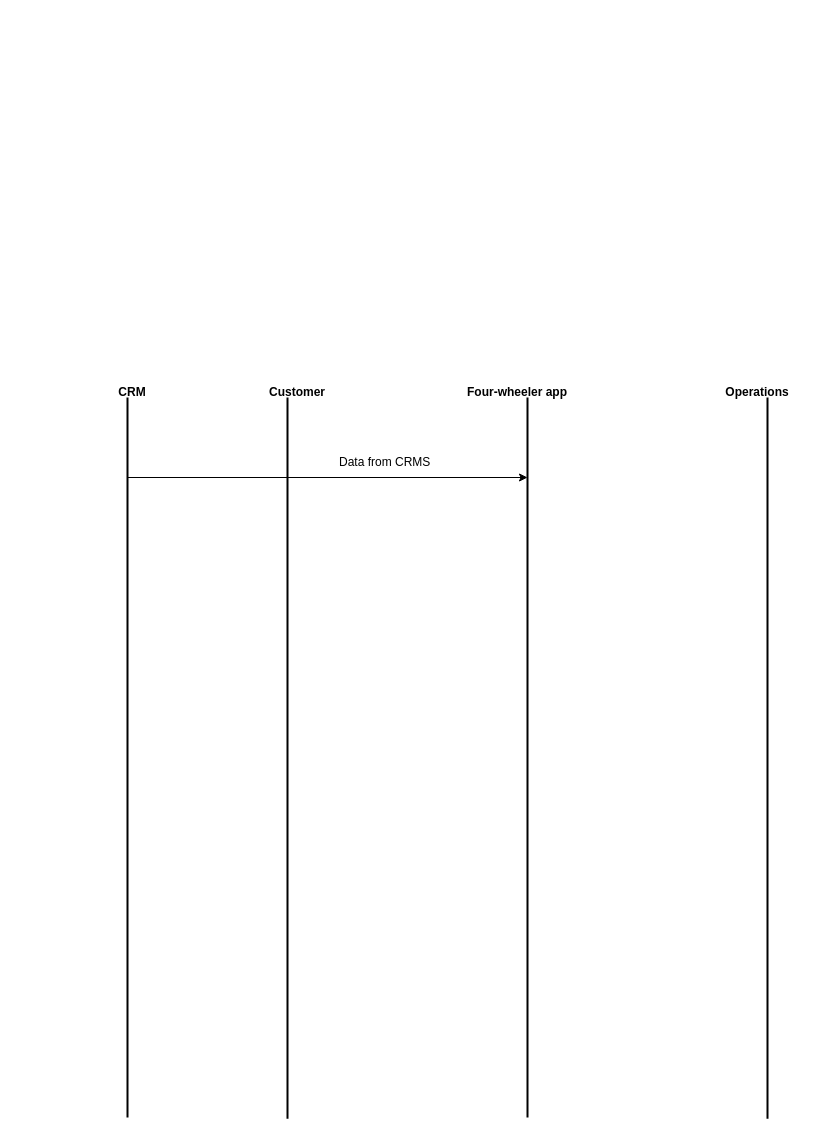
Above: authentication/__pycache__/Four-wheeler.drawio in LukeNgirubiu/vendor-app (draw.io), before the change. Source tidied: cells renumbered, new cells numbered last; positions are measured from the earlier drawing's top-left corner, leaving out a move shared by most shapes. Both pictures are drawn from the tidied source at 100%, with x=0, y=0 at pixel (97, 377).
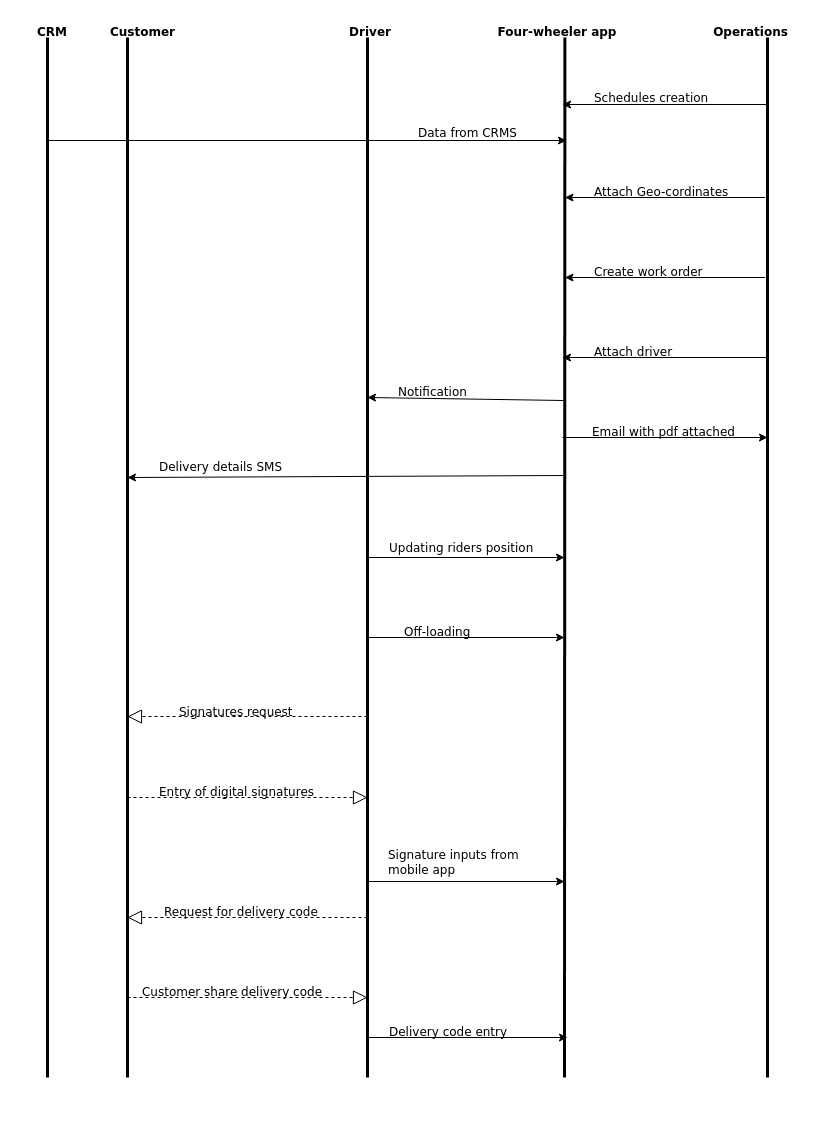
The same page after the edit.

The edit, as a diff of the source:
```diff
@@
-    <mxCell id="2" style="endArrow=none;html=1;rounded=0;strokeWidth=2;" parent="1" edge="1">
+    <mxCell id="2" style="endArrow=none;html=1;rounded=0;strokeWidth=3;" parent="1" edge="1">
       <mxGeometry relative="1" as="geometry">
-        <mxPoint x="30" y="740" as="sourcePoint" />
-        <mxPoint x="30" y="20" as="targetPoint" />
+        <mxPoint x="-50" y="700" as="sourcePoint" />
+        <mxPoint x="-50" y="-340" as="targetPoint" />
       </mxGeometry>
     </mxCell>
-    <mxCell id="3" value="&lt;b&gt;CRM&lt;/b&gt;" style="text;html=1;align=center;verticalAlign=middle;whiteSpace=wrap;rounded=0;" parent="1" vertex="1">
-      <mxGeometry width="70" height="30" as="geometry" />
+    <mxCell id="3" value="&lt;b&gt;&lt;font face=&quot;Verdana&quot;&gt;CRM&lt;/font&gt;&lt;/b&gt;" style="text;html=1;align=center;verticalAlign=middle;whiteSpace=wrap;rounded=0;" parent="1" vertex="1">
+      <mxGeometry x="-80" y="-360" width="70" height="30" as="geometry" />
     </mxCell>
-    <mxCell id="4" style="endArrow=none;html=1;rounded=0;strokeWidth=2;" parent="1" edge="1">
+    <mxCell id="4" style="endArrow=none;html=1;rounded=0;strokeWidth=3;" parent="1" edge="1">
       <mxGeometry relative="1" as="geometry">
-        <mxPoint x="190" y="741.3" as="sourcePoint" />
-        <mxPoint x="190" y="20" as="targetPoint" />
+        <mxPoint x="270" y="700" as="sourcePoint" />
+        <mxPoint x="270" y="-340" as="targetPoint" />
       </mxGeometry>
     </mxCell>
-    <mxCell id="5" value="&lt;b&gt;Customer&lt;/b&gt;" style="text;html=1;align=center;verticalAlign=middle;whiteSpace=wrap;rounded=0;" parent="1" vertex="1">
-      <mxGeometry x="160" width="80" height="30" as="geometry" />
-    </mxCell>
-    <mxCell id="6" style="endArrow=none;html=1;rounded=0;strokeWidth=2;" parent="1" edge="1">
+    <mxCell id="6" style="endArrow=none;html=1;rounded=0;strokeWidth=3;entryX=0.546;entryY=1.122;entryDx=0;entryDy=0;entryPerimeter=0;" parent="1" edge="1">
       <mxGeometry relative="1" as="geometry">
-        <mxPoint x="430" y="740" as="sourcePoint" />
-        <mxPoint x="430" y="20" as="targetPoint" />
+        <mxPoint x="467" y="700" as="sourcePoint" />
+        <mxPoint x="467.4" y="-340" as="targetPoint" />
       </mxGeometry>
     </mxCell>
-    <mxCell id="7" value="&lt;b&gt;Four-wheeler app&lt;/b&gt;" style="text;html=1;align=center;verticalAlign=middle;whiteSpace=wrap;rounded=0;" parent="1" vertex="1">
-      <mxGeometry x="360" width="120" height="30" as="geometry" />
+    <mxCell id="7" value="&lt;b&gt;&lt;font face=&quot;Verdana&quot;&gt;Four-wheeler app&lt;/font&gt;&lt;/b&gt;" style="text;html=1;align=center;verticalAlign=middle;whiteSpace=wrap;rounded=0;" parent="1" vertex="1">
+      <mxGeometry x="380" y="-360" width="160" height="30" as="geometry" />
     </mxCell>
-    <mxCell id="8" style="endArrow=none;html=1;rounded=0;strokeWidth=2;" parent="1" edge="1">
+    <mxCell id="8" style="endArrow=none;html=1;rounded=0;strokeWidth=3;" parent="1" edge="1">
       <mxGeometry relative="1" as="geometry">
-        <mxPoint x="670" y="741.3" as="sourcePoint" />
-        <mxPoint x="670" y="20" as="targetPoint" />
+        <mxPoint x="670" y="700" as="sourcePoint" />
+        <mxPoint x="670" y="-340" as="targetPoint" />
       </mxGeometry>
     </mxCell>
-    <mxCell id="9" value="&lt;b&gt;Operations&lt;/b&gt;" style="text;html=1;align=center;verticalAlign=middle;whiteSpace=wrap;rounded=0;" parent="1" vertex="1">
-      <mxGeometry x="620" width="80" height="30" as="geometry" />
+    <mxCell id="9" value="&lt;b&gt;&lt;font face=&quot;Verdana&quot;&gt;Operations&lt;/font&gt;&lt;/b&gt;" style="text;html=1;align=center;verticalAlign=middle;whiteSpace=wrap;rounded=0;" parent="1" vertex="1">
+      <mxGeometry x="602" y="-360" width="103" height="30" as="geometry" />
     </mxCell>
     <mxCell id="10" style="endArrow=classic;html=1;rounded=0;" parent="1" edge="1">
       <mxGeometry relative="1" as="geometry">
-        <mxPoint x="30" y="100" as="sourcePoint" />
-        <mxPoint x="430" y="100" as="targetPoint" />
+        <mxPoint x="-51" y="-237" as="sourcePoint" />
+        <mxPoint x="469" y="-237" as="targetPoint" />
       </mxGeometry>
     </mxCell>
-    <mxCell id="11" value="Data from CRMS" style="text;html=1;align=left;verticalAlign=middle;whiteSpace=wrap;rounded=0;" parent="1" vertex="1">
-      <mxGeometry x="240" y="70" width="120" height="30" as="geometry" />
+    <mxCell id="11" value="&lt;font face=&quot;Verdana&quot;&gt;Data from CRMS&lt;/font&gt;" style="text;html=1;align=left;verticalAlign=middle;whiteSpace=wrap;rounded=0;" parent="1" vertex="1">
+      <mxGeometry x="319" y="-259" width="120" height="30" as="geometry" />
     </mxCell>
+    <mxCell id="12" style="endArrow=classic;html=1;rounded=0;" parent="1" edge="1">
+      <mxGeometry relative="1" as="geometry">
+        <mxPoint x="670" y="-273" as="sourcePoint" />
+        <mxPoint x="465" y="-273" as="targetPoint" />
+      </mxGeometry>
+    </mxCell>
+    <mxCell id="13" style="endArrow=classic;html=1;rounded=0;" parent="1" edge="1">
+      <mxGeometry relative="1" as="geometry">
+        <mxPoint x="667.5" y="-180" as="sourcePoint" />
+        <mxPoint x="467.5" y="-180" as="targetPoint" />
+      </mxGeometry>
+    </mxCell>
+    <mxCell id="14" style="endArrow=classic;html=1;rounded=0;" parent="1" edge="1">
+      <mxGeometry relative="1" as="geometry">
+        <mxPoint x="667.5" y="-100" as="sourcePoint" />
+        <mxPoint x="467.5" y="-100" as="targetPoint" />
+        <Array as="points">
+          <mxPoint x="570" y="-100" />
+        </Array>
+      </mxGeometry>
+    </mxCell>
+    <mxCell id="15" style="endArrow=classic;html=1;rounded=0;" parent="1" edge="1">
+      <mxGeometry relative="1" as="geometry">
+        <mxPoint x="670" y="-20" as="sourcePoint" />
+        <mxPoint x="465" y="-20" as="targetPoint" />
+      </mxGeometry>
+    </mxCell>
+    <mxCell id="16" value="&lt;font face=&quot;Verdana&quot;&gt;Schedules creation&lt;/font&gt;" style="text;html=1;align=left;verticalAlign=middle;whiteSpace=wrap;rounded=0;" parent="1" vertex="1">
+      <mxGeometry x="495" y="-294" width="145" height="30" as="geometry" />
+    </mxCell>
+    <mxCell id="17" value="&lt;font face=&quot;Verdana&quot;&gt;Attach Geo-cordinates&lt;/font&gt;" style="text;html=1;align=left;verticalAlign=middle;whiteSpace=wrap;rounded=0;" parent="1" vertex="1">
+      <mxGeometry x="495" y="-200" width="140" height="30" as="geometry" />
+    </mxCell>
+    <mxCell id="18" value="&lt;font face=&quot;Verdana&quot;&gt;Create work order&lt;/font&gt;" style="text;html=1;align=left;verticalAlign=middle;whiteSpace=wrap;rounded=0;" parent="1" vertex="1">
+      <mxGeometry x="495" y="-120" width="115" height="30" as="geometry" />
+    </mxCell>
+    <mxCell id="19" value="&lt;font face=&quot;Verdana&quot;&gt;Attach driver&lt;/font&gt;" style="text;html=1;align=left;verticalAlign=middle;whiteSpace=wrap;rounded=0;" parent="1" vertex="1">
+      <mxGeometry x="495" y="-40" width="95" height="30" as="geometry" />
+    </mxCell>
+    <mxCell id="20" style="endArrow=classic;html=1;rounded=0;" parent="1" edge="1">
+      <mxGeometry relative="1" as="geometry">
+        <mxPoint x="466" y="23" as="sourcePoint" />
+        <mxPoint x="270" y="20" as="targetPoint" />
+      </mxGeometry>
+    </mxCell>
+    <mxCell id="21" value="&lt;font face=&quot;Verdana&quot;&gt;Email with pdf attached&lt;/font&gt;" style="text;html=1;align=left;verticalAlign=middle;whiteSpace=wrap;rounded=0;" parent="1" vertex="1">
+      <mxGeometry x="492.5" y="40" width="160" height="30" as="geometry" />
+    </mxCell>
+    <mxCell id="22" value="Delivery details SMS" style="text;html=1;align=left;verticalAlign=middle;whiteSpace=wrap;rounded=0;fontFamily=Verdana;" parent="1" vertex="1">
+      <mxGeometry x="60" y="70" width="170" height="40" as="geometry" />
+    </mxCell>
+    <mxCell id="23" style="endArrow=classic;html=1;rounded=0;" parent="1" edge="1">
+      <mxGeometry relative="1" as="geometry">
+        <mxPoint x="270" y="180" as="sourcePoint" />
+        <mxPoint x="467" y="180" as="targetPoint" />
+      </mxGeometry>
+    </mxCell>
+    <mxCell id="24" value="&lt;font face=&quot;Verdana&quot;&gt;Updating riders position&lt;/font&gt;" style="text;html=1;align=left;verticalAlign=middle;whiteSpace=wrap;rounded=0;" parent="1" vertex="1">
+      <mxGeometry x="290" y="156" width="160" height="30" as="geometry" />
+    </mxCell>
+    <mxCell id="25" value="Off-loading" style="text;html=1;align=left;verticalAlign=middle;whiteSpace=wrap;rounded=0;fontFamily=Verdana;" parent="1" vertex="1">
+      <mxGeometry x="305" y="240" width="130" height="30" as="geometry" />
+    </mxCell>
+    <mxCell id="26" value="&lt;font face=&quot;Verdana&quot;&gt;&lt;b&gt;Driver&lt;/b&gt;&lt;/font&gt;" style="text;html=1;align=center;verticalAlign=middle;whiteSpace=wrap;rounded=0;" parent="1" vertex="1">
+      <mxGeometry x="233" y="-360" width="80" height="30" as="geometry" />
+    </mxCell>
+    <mxCell id="5" value="Customer" style="text;html=1;align=center;verticalAlign=middle;whiteSpace=wrap;rounded=0;fontStyle=1;fontFamily=Verdana;" parent="1" vertex="1">
+      <mxGeometry x="2" y="-360" width="87" height="30" as="geometry" />
+    </mxCell>
+    <mxCell id="27" style="endArrow=classic;html=1;rounded=0;" parent="1" edge="1">
+      <mxGeometry relative="1" as="geometry">
+        <mxPoint x="270" y="260" as="sourcePoint" />
+        <mxPoint x="467" y="260" as="targetPoint" />
+      </mxGeometry>
+    </mxCell>
+    <mxCell id="28" style="endArrow=block;dashed=1;endFill=0;endSize=12;html=1;rounded=0;" parent="1" edge="1">
+      <mxGeometry relative="1" as="geometry">
+        <mxPoint x="270" y="339" as="sourcePoint" />
+        <mxPoint x="30" y="339" as="targetPoint" />
+      </mxGeometry>
+    </mxCell>
+    <mxCell id="29" value="&lt;font face=&quot;Verdana&quot;&gt;Signatures request&lt;/font&gt;" style="text;html=1;align=left;verticalAlign=middle;whiteSpace=wrap;rounded=0;" parent="1" vertex="1">
+      <mxGeometry x="80" y="320" width="140" height="30" as="geometry" />
+    </mxCell>
+    <mxCell id="30" value="&lt;font face=&quot;Verdana&quot;&gt;Entry of digital signatures&lt;/font&gt;" style="text;html=1;align=left;verticalAlign=middle;whiteSpace=wrap;rounded=0;" parent="1" vertex="1">
+      <mxGeometry x="60" y="400" width="160" height="30" as="geometry" />
+    </mxCell>
+    <mxCell id="31" style="endArrow=none;html=1;rounded=0;strokeWidth=3;" parent="1" edge="1">
+      <mxGeometry relative="1" as="geometry">
+        <mxPoint x="30" y="700" as="sourcePoint" />
+        <mxPoint x="30" y="-340" as="targetPoint" />
+      </mxGeometry>
+    </mxCell>
+    <mxCell id="32" style="endArrow=classic;html=1;rounded=0;" parent="1" edge="1">
+      <mxGeometry relative="1" as="geometry">
+        <mxPoint x="270" y="504" as="sourcePoint" />
+        <mxPoint x="467" y="504" as="targetPoint" />
+      </mxGeometry>
+    </mxCell>
+    <mxCell id="33" value="Signature inputs from mobile app" style="text;html=1;align=left;verticalAlign=middle;whiteSpace=wrap;rounded=0;fontFamily=Verdana;" parent="1" vertex="1">
+      <mxGeometry x="289" y="460" width="161" height="50" as="geometry" />
+    </mxCell>
+    <mxCell id="34" style="endArrow=block;dashed=1;endFill=0;endSize=12;html=1;rounded=0;" parent="1" edge="1">
+      <mxGeometry relative="1" as="geometry">
+        <mxPoint x="270" y="540" as="sourcePoint" />
+        <mxPoint x="30" y="540" as="targetPoint" />
+      </mxGeometry>
+    </mxCell>
+    <mxCell id="35" value="&lt;font face=&quot;Verdana&quot;&gt;Request for delivery code&lt;/font&gt;" style="text;html=1;align=left;verticalAlign=middle;whiteSpace=wrap;rounded=0;" parent="1" vertex="1">
+      <mxGeometry x="65" y="520" width="160" height="30" as="geometry" />
+    </mxCell>
+    <mxCell id="36" style="endArrow=classic;html=1;rounded=0;" parent="1" edge="1">
+      <mxGeometry relative="1" as="geometry">
+        <mxPoint x="270" y="660" as="sourcePoint" />
+        <mxPoint x="470" y="660" as="targetPoint" />
+        <Array as="points">
+          <mxPoint x="310" y="660" />
+          <mxPoint x="360" y="660" />
+        </Array>
+      </mxGeometry>
+    </mxCell>
+    <mxCell id="37" value="Delivery code entry" style="text;html=1;align=left;verticalAlign=middle;whiteSpace=wrap;rounded=0;fontFamily=Verdana;" parent="1" vertex="1">
+      <mxGeometry x="290" y="640" width="145" height="30" as="geometry" />
+    </mxCell>
+    <mxCell id="38" value="&lt;font face=&quot;Verdana&quot;&gt;Notification&lt;/font&gt;" style="text;html=1;align=left;verticalAlign=middle;whiteSpace=wrap;rounded=0;" parent="1" vertex="1">
+      <mxGeometry x="299" width="80" height="30" as="geometry" />
+    </mxCell>
+    <mxCell id="39" style="endArrow=classic;html=1;rounded=0;" parent="1" edge="1">
+      <mxGeometry relative="1" as="geometry">
+        <mxPoint x="465" y="60" as="sourcePoint" />
+        <mxPoint x="670" y="60" as="targetPoint" />
+      </mxGeometry>
+    </mxCell>
+    <mxCell id="40" style="endArrow=classic;html=1;rounded=0;" parent="1" edge="1">
+      <mxGeometry relative="1" as="geometry">
+        <mxPoint x="467" y="98" as="sourcePoint" />
+        <mxPoint x="30" y="100" as="targetPoint" />
+      </mxGeometry>
+    </mxCell>
+    <mxCell id="41" style="endArrow=block;dashed=1;endFill=0;endSize=12;html=1;rounded=0;" parent="1" edge="1">
+      <mxGeometry relative="1" as="geometry">
+        <mxPoint x="30" y="620" as="sourcePoint" />
+        <mxPoint x="270" y="620" as="targetPoint" />
+      </mxGeometry>
+    </mxCell>
+    <mxCell id="42" value="&lt;font face=&quot;Verdana&quot;&gt;Customer share delivery code&lt;/font&gt;" style="text;html=1;align=center;verticalAlign=middle;whiteSpace=wrap;rounded=0;" parent="1" vertex="1">
+      <mxGeometry x="40" y="600" width="190" height="30" as="geometry" />
+    </mxCell>
+    <mxCell id="43" style="endArrow=block;dashed=1;endFill=0;endSize=12;html=1;rounded=0;" parent="1" edge="1">
+      <mxGeometry relative="1" as="geometry">
+        <mxPoint x="30" y="420" as="sourcePoint" />
+        <mxPoint x="270" y="420" as="targetPoint" />
+      </mxGeometry>
+    </mxCell>
```
